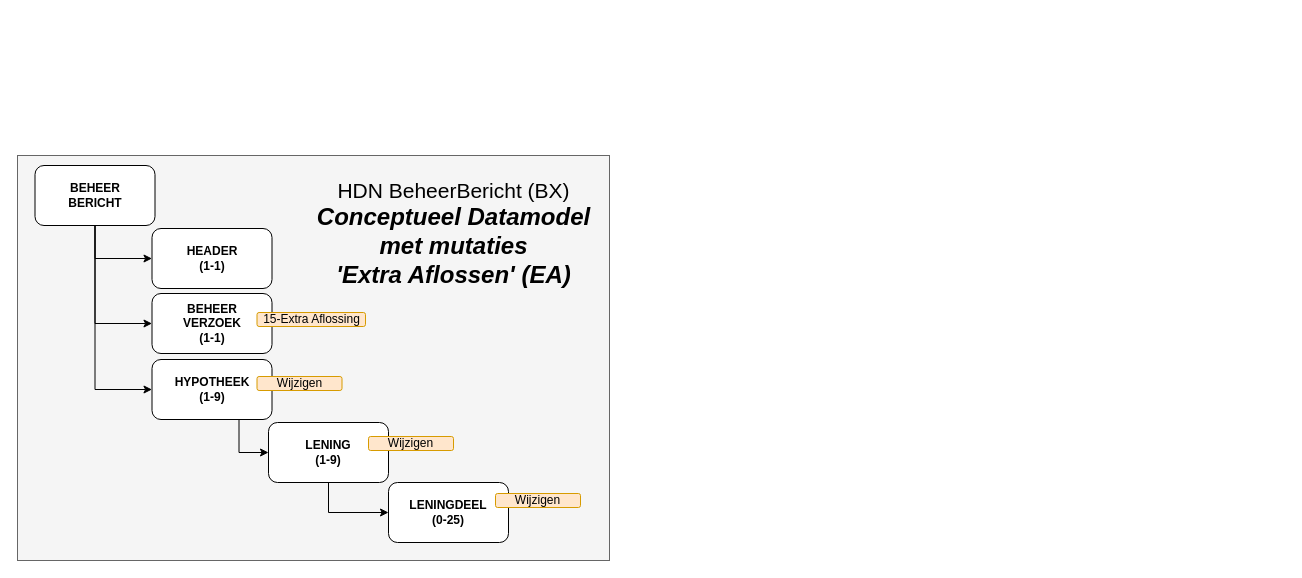
Before: page "Kladblok" (5 of 5) of HDN_BX_MM_ExtraAflossing.drawio in luchthandel/diagrams, a draw.io diagram. Source tidied: cells renumbered, new cells numbered last; positions are measured from the earlier drawing's top-left corner, leaving out a move shared by most shapes. Both pictures are drawn from the tidied source at 100%, with x=0, y=0 at pixel (17, 155).
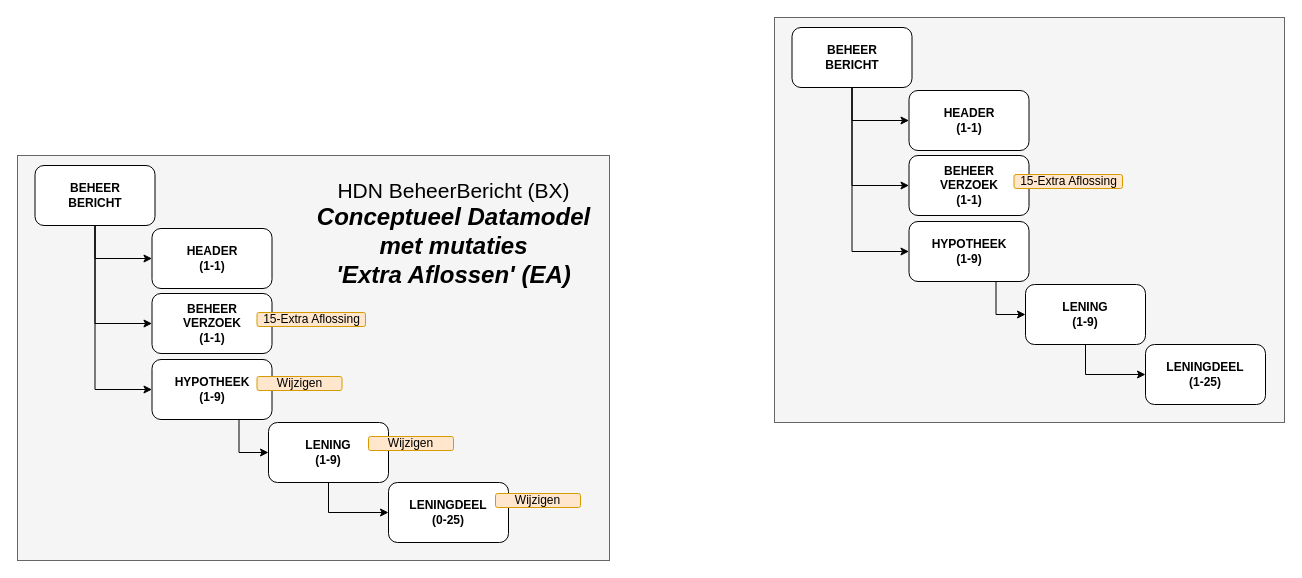
After the change.

Diff of the diagram source:
```diff
@@
+    <mxCell id="19" style="rounded=0;whiteSpace=wrap;html=1;fillColor=#f5f5f5;strokeColor=#666666;fontColor=#333333;labelBackgroundColor=none;" parent="1" vertex="1">
+      <mxGeometry x="757" y="-138" width="510" height="405" as="geometry" />
+    </mxCell>
+    <mxCell id="20" style="edgeStyle=orthogonalEdgeStyle;rounded=0;jettySize=auto;html=1;exitX=0.5;exitY=1;exitDx=0;exitDy=0;entryX=0;entryY=0.5;entryDx=0;entryDy=0;" parent="1" edge="1" source="21" target="22">
+      <mxGeometry relative="1" as="geometry" />
+    </mxCell>
+    <mxCell id="21" value="LENING&lt;br&gt;(1-9)" style="rounded=1;whiteSpace=wrap;html=1;fontStyle=1;" parent="1" vertex="1">
+      <mxGeometry x="1008" y="129" width="120" height="60" as="geometry" />
+    </mxCell>
+    <mxCell id="22" value="LENINGDEEL&lt;br&gt;(1-25)" style="rounded=1;whiteSpace=wrap;html=1;fontStyle=1;" parent="1" vertex="1">
+      <mxGeometry x="1128" y="189" width="120" height="60" as="geometry" />
+    </mxCell>
+    <mxCell id="23" style="edgeStyle=orthogonalEdgeStyle;rounded=0;jettySize=auto;html=1;exitX=0.5;exitY=1;exitDx=0;exitDy=0;entryX=0;entryY=0.5;entryDx=0;entryDy=0;" parent="1" edge="1" source="26" target="28">
+      <mxGeometry relative="1" as="geometry" />
+    </mxCell>
+    <mxCell id="24" style="edgeStyle=orthogonalEdgeStyle;rounded=0;jettySize=auto;html=1;exitX=0.5;exitY=1;exitDx=0;exitDy=0;entryX=0;entryY=0.5;entryDx=0;entryDy=0;" parent="1" edge="1" source="26" target="27">
+      <mxGeometry relative="1" as="geometry" />
+    </mxCell>
+    <mxCell id="25" style="edgeStyle=orthogonalEdgeStyle;rounded=0;jettySize=auto;html=1;exitX=0.5;exitY=1;exitDx=0;exitDy=0;entryX=0;entryY=0.5;entryDx=0;entryDy=0;" parent="1" edge="1" source="26" target="30">
+      <mxGeometry relative="1" as="geometry" />
+    </mxCell>
+    <mxCell id="26" value="BEHEER&lt;br&gt;BERICHT" style="rounded=1;whiteSpace=wrap;html=1;fontStyle=1;" parent="1" vertex="1">
+      <mxGeometry x="774.5" y="-128" width="120" height="60" as="geometry" />
+    </mxCell>
+    <mxCell id="27" value="BEHEER&lt;br&gt;VERZOEK&lt;br&gt;(1-1)" style="rounded=1;whiteSpace=wrap;html=1;fontStyle=1;" parent="1" vertex="1">
+      <mxGeometry x="891.5" width="120" height="60" as="geometry" />
+    </mxCell>
+    <mxCell id="28" value="HEADER&lt;br&gt;(1-1)" style="rounded=1;whiteSpace=wrap;html=1;fontStyle=1;" parent="1" vertex="1">
+      <mxGeometry x="891.5" y="-65" width="120" height="60" as="geometry" />
+    </mxCell>
+    <mxCell id="29" style="edgeStyle=orthogonalEdgeStyle;rounded=0;jettySize=auto;html=1;exitX=0.5;exitY=1;exitDx=0;exitDy=0;entryX=0;entryY=0.5;entryDx=0;entryDy=0;" parent="1" edge="1" target="21">
+      <mxGeometry relative="1" as="geometry">
+        <mxPoint x="948" y="66" as="sourcePoint" />
+      </mxGeometry>
+    </mxCell>
+    <mxCell id="30" value="HYPOTHEEK&lt;br&gt;(1-9)" style="rounded=1;whiteSpace=wrap;html=1;fontStyle=1;" parent="1" vertex="1">
+      <mxGeometry x="891.5" y="66" width="120" height="60" as="geometry" />
+    </mxCell>
+    <mxCell id="31" value="&lt;span style=&quot;font-weight: 400&quot;&gt;15-Extra Aflossing&lt;/span&gt;" style="rounded=1;whiteSpace=wrap;html=1;fontStyle=1;fillColor=#ffe6cc;strokeColor=#d79b00;" parent="1" vertex="1">
+      <mxGeometry x="996.5" y="19" width="108.5" height="14" as="geometry" />
+    </mxCell>
```
